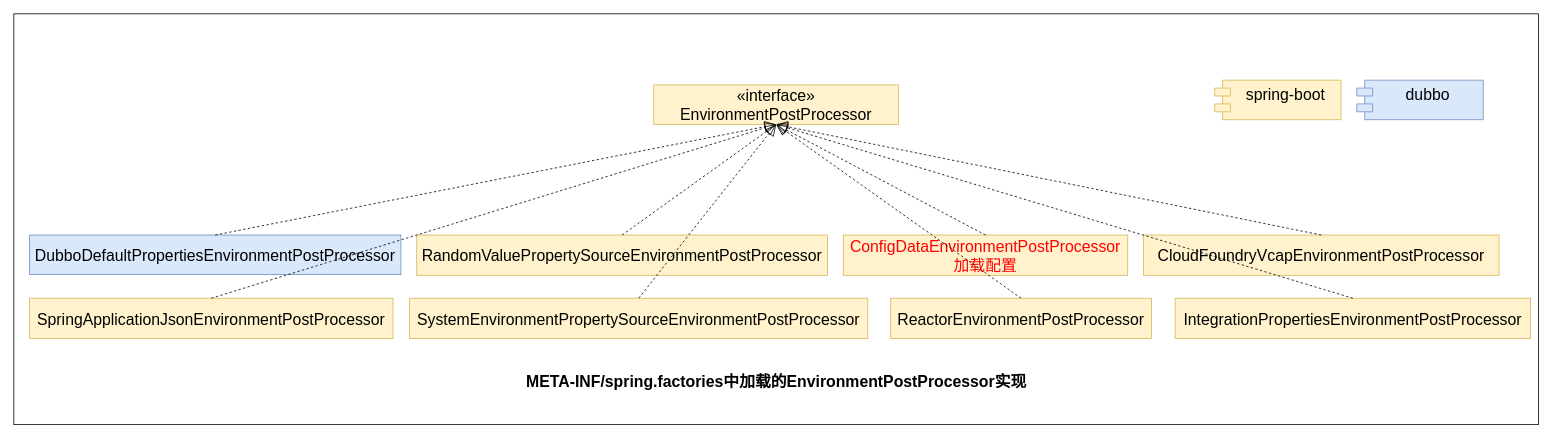
Earlier version of the draw.io diagram dubbo-learning-doc/drawio/源码分析/1_SpringApplication_run方法/资源加载/6_META-INF_spring_factories_EnvironmentPostProcessor.drawio (czwer/dubbo-learning). Source tidied: cells renumbered, new cells numbered last; positions are measured from the earlier drawing's top-left corner, leaving out a move shared by most shapes. Both pictures are drawn from the tidied source at 79%, with x=0, y=0 at pixel (13, 13).
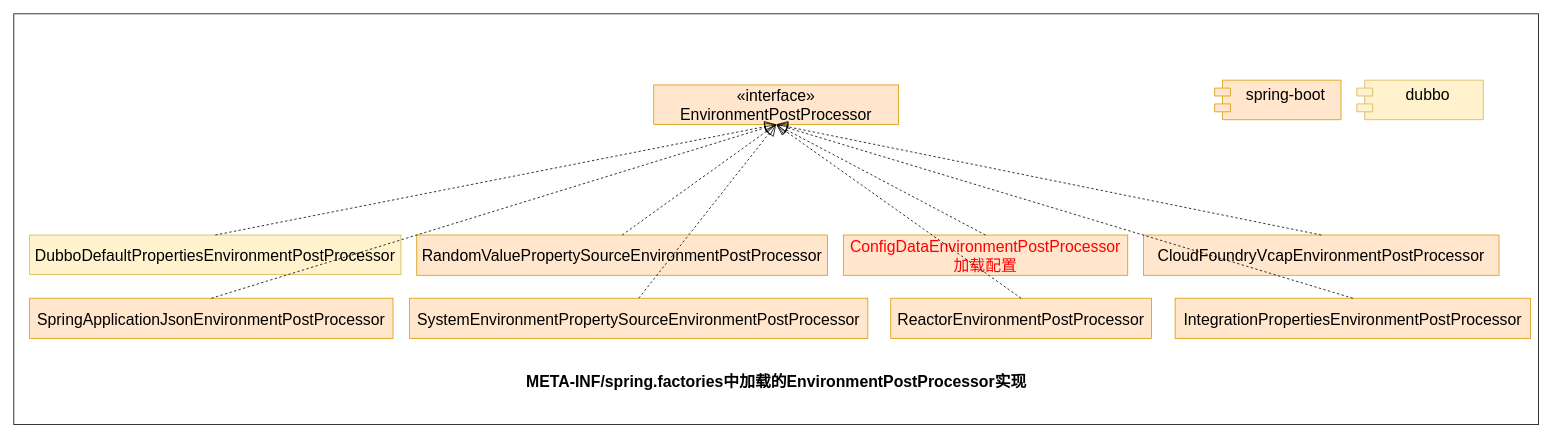
The same page after the edit.

The edit, as a diff of the source:
```diff
@@
-    <mxCell id="3" value="&lt;div&gt;RandomValuePropertySourceEnvironmentPostProcessor&lt;/div&gt;" style="html=1;whiteSpace=wrap;fontSize=20;verticalAlign=middle;align=center;fillColor=#fff2cc;strokeColor=#d6b656;" parent="1" vertex="1">
+    <mxCell id="3" value="&lt;div&gt;RandomValuePropertySourceEnvironmentPostProcessor&lt;/div&gt;" style="html=1;whiteSpace=wrap;fontSize=20;verticalAlign=middle;align=center;fillColor=#ffe6cc;strokeColor=#d79b00;" parent="1" vertex="1">
       <mxGeometry x="510" y="280" width="520" height="51" as="geometry" />
     </mxCell>
-    <mxCell id="4" value="DubboDefaultPropertiesEnvironmentPostProcessor" style="html=1;whiteSpace=wrap;fontSize=20;fillColor=#dae8fc;strokeColor=#6c8ebf;" parent="1" vertex="1">
+    <mxCell id="4" value="DubboDefaultPropertiesEnvironmentPostProcessor" style="html=1;whiteSpace=wrap;fontSize=20;fillColor=#fff2cc;strokeColor=#d6b656;" parent="1" vertex="1">
       <mxGeometry x="20" y="280" width="470" height="50" as="geometry" />
     </mxCell>
-    <mxCell id="5" value="«interface»&lt;br&gt;EnvironmentPostProcessor" style="html=1;whiteSpace=wrap;fontSize=20;fontStyle=0;fillColor=#fff2cc;strokeColor=#d6b656;" parent="1" vertex="1">
+    <mxCell id="5" value="«interface»&lt;br&gt;EnvironmentPostProcessor" style="html=1;whiteSpace=wrap;fontSize=20;fontStyle=0;fillColor=#ffe6cc;strokeColor=#d79b00;" parent="1" vertex="1">
       <mxGeometry x="810" y="90" width="310" height="50" as="geometry" />
     </mxCell>
-    <mxCell id="6" value="spring-boot&lt;div&gt;&lt;div&gt;&lt;br&gt;&lt;/div&gt;&lt;/div&gt;" style="shape=module;align=left;spacingLeft=20;align=center;verticalAlign=top;whiteSpace=wrap;html=1;fontSize=20;fillColor=#fff2cc;strokeColor=#d6b656;" parent="1" vertex="1">
+    <mxCell id="6" value="spring-boot&lt;div&gt;&lt;div&gt;&lt;br&gt;&lt;/div&gt;&lt;/div&gt;" style="shape=module;align=left;spacingLeft=20;align=center;verticalAlign=top;whiteSpace=wrap;html=1;fontSize=20;fillColor=#ffe6cc;strokeColor=#d79b00;" parent="1" vertex="1">
       <mxGeometry x="1520" y="84" width="160" height="50" as="geometry" />
     </mxCell>
-    <mxCell id="7" value="&lt;div&gt;dubbo&lt;/div&gt;" style="shape=module;align=left;spacingLeft=20;align=center;verticalAlign=top;whiteSpace=wrap;html=1;fontSize=20;fillColor=#dae8fc;strokeColor=#6c8ebf;" parent="1" vertex="1">
+    <mxCell id="7" value="&lt;div&gt;dubbo&lt;/div&gt;" style="shape=module;align=left;spacingLeft=20;align=center;verticalAlign=top;whiteSpace=wrap;html=1;fontSize=20;fillColor=#fff2cc;strokeColor=#d6b656;" parent="1" vertex="1">
       <mxGeometry x="1700" y="84" width="160" height="50" as="geometry" />
     </mxCell>
-    <mxCell id="8" value="&lt;div&gt;SystemEnvironmentPropertySourceEnvironmentPostProcessor&lt;/div&gt;" style="html=1;whiteSpace=wrap;fontSize=20;verticalAlign=middle;align=center;fillColor=#fff2cc;strokeColor=#d6b656;" parent="1" vertex="1">
+    <mxCell id="8" value="&lt;div&gt;SystemEnvironmentPropertySourceEnvironmentPostProcessor&lt;/div&gt;" style="html=1;whiteSpace=wrap;fontSize=20;verticalAlign=middle;align=center;fillColor=#ffe6cc;strokeColor=#d79b00;" parent="1" vertex="1">
       <mxGeometry x="501" y="360" width="580" height="51" as="geometry" />
     </mxCell>
-    <mxCell id="9" value="&lt;div&gt;SpringApplicationJsonEnvironmentPostProcessor&lt;/div&gt;" style="html=1;whiteSpace=wrap;fontSize=20;verticalAlign=middle;align=center;fillColor=#fff2cc;strokeColor=#d6b656;" parent="1" vertex="1">
+    <mxCell id="9" value="&lt;div&gt;SpringApplicationJsonEnvironmentPostProcessor&lt;/div&gt;" style="html=1;whiteSpace=wrap;fontSize=20;verticalAlign=middle;align=center;fillColor=#ffe6cc;strokeColor=#d79b00;" parent="1" vertex="1">
       <mxGeometry x="20" y="360" width="460" height="51" as="geometry" />
     </mxCell>
@@
-    <mxCell id="14" value="&lt;div&gt;&lt;font style=&quot;color: rgb(255, 0, 0);&quot;&gt;ConfigDataEnvironmentPostProcessor加载配置&lt;/font&gt;&lt;/div&gt;" style="html=1;whiteSpace=wrap;fontSize=20;verticalAlign=middle;align=center;fillColor=#fff2cc;strokeColor=#d6b656;" parent="1" vertex="1">
+    <mxCell id="14" value="&lt;div&gt;&lt;font style=&quot;color: rgb(255, 0, 0);&quot;&gt;ConfigDataEnvironmentPostProcessor加载配置&lt;/font&gt;&lt;/div&gt;" style="html=1;whiteSpace=wrap;fontSize=20;verticalAlign=middle;align=center;fillColor=#ffe6cc;strokeColor=#d79b00;" parent="1" vertex="1">
       <mxGeometry x="1050" y="280" width="360" height="51" as="geometry" />
     </mxCell>
@@
-    <mxCell id="16" value="&lt;div&gt;CloudFoundryVcapEnvironmentPostProcessor&lt;/div&gt;" style="html=1;whiteSpace=wrap;fontSize=20;verticalAlign=middle;align=center;fillColor=#fff2cc;strokeColor=#d6b656;" parent="1" vertex="1">
+    <mxCell id="16" value="&lt;div&gt;CloudFoundryVcapEnvironmentPostProcessor&lt;/div&gt;" style="html=1;whiteSpace=wrap;fontSize=20;verticalAlign=middle;align=center;fillColor=#ffe6cc;strokeColor=#d79b00;" parent="1" vertex="1">
       <mxGeometry x="1430" y="280" width="450" height="51" as="geometry" />
     </mxCell>
@@
-    <mxCell id="18" value="&lt;div&gt;ReactorEnvironmentPostProcessor&lt;/div&gt;" style="html=1;whiteSpace=wrap;fontSize=20;verticalAlign=middle;align=center;fillColor=#fff2cc;strokeColor=#d6b656;" parent="1" vertex="1">
+    <mxCell id="18" value="&lt;div&gt;ReactorEnvironmentPostProcessor&lt;/div&gt;" style="html=1;whiteSpace=wrap;fontSize=20;verticalAlign=middle;align=center;fillColor=#ffe6cc;strokeColor=#d79b00;" parent="1" vertex="1">
       <mxGeometry x="1110" y="360" width="330" height="51" as="geometry" />
     </mxCell>
@@
-    <mxCell id="20" value="&lt;div&gt;IntegrationPropertiesEnvironmentPostProcessor&lt;/div&gt;" style="html=1;whiteSpace=wrap;fontSize=20;verticalAlign=middle;align=center;fillColor=#fff2cc;strokeColor=#d6b656;" parent="1" vertex="1">
+    <mxCell id="20" value="&lt;div&gt;IntegrationPropertiesEnvironmentPostProcessor&lt;/div&gt;" style="html=1;whiteSpace=wrap;fontSize=20;verticalAlign=middle;align=center;fillColor=#ffe6cc;strokeColor=#d79b00;" parent="1" vertex="1">
       <mxGeometry x="1470" y="360" width="450" height="51" as="geometry" />
     </mxCell>
```
